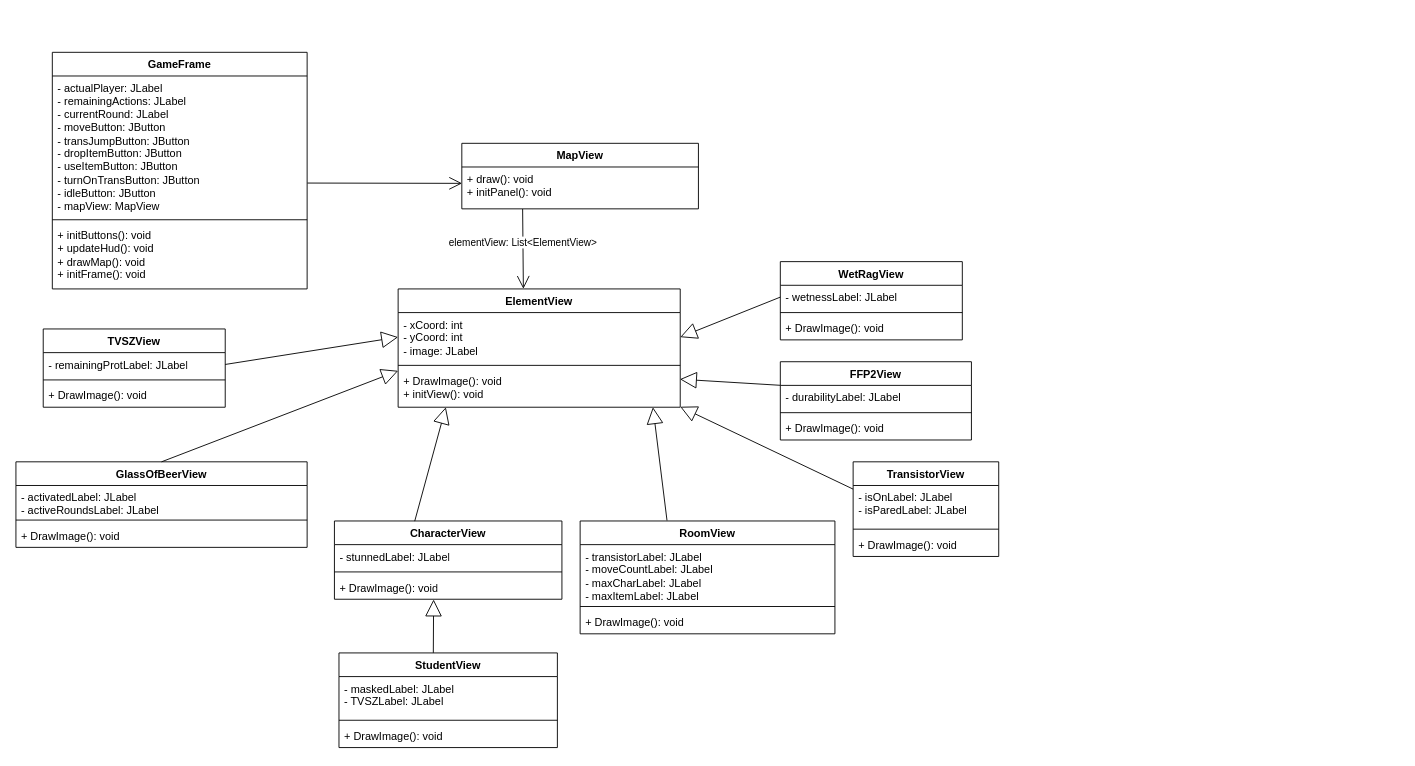
The draw.io diagram Beadások/9. Beadás - GUI tervek/CigányGUI.drawio in XanleR/U.B.R.---Projlab-2024, before the edit. Source tidied: cells renumbered, new cells numbered last; positions are measured from the earlier drawing's top-left corner, leaving out a move shared by most shapes. Both pictures are drawn from the tidied source at 91%, with x=0, y=0 at pixel (15, 52).
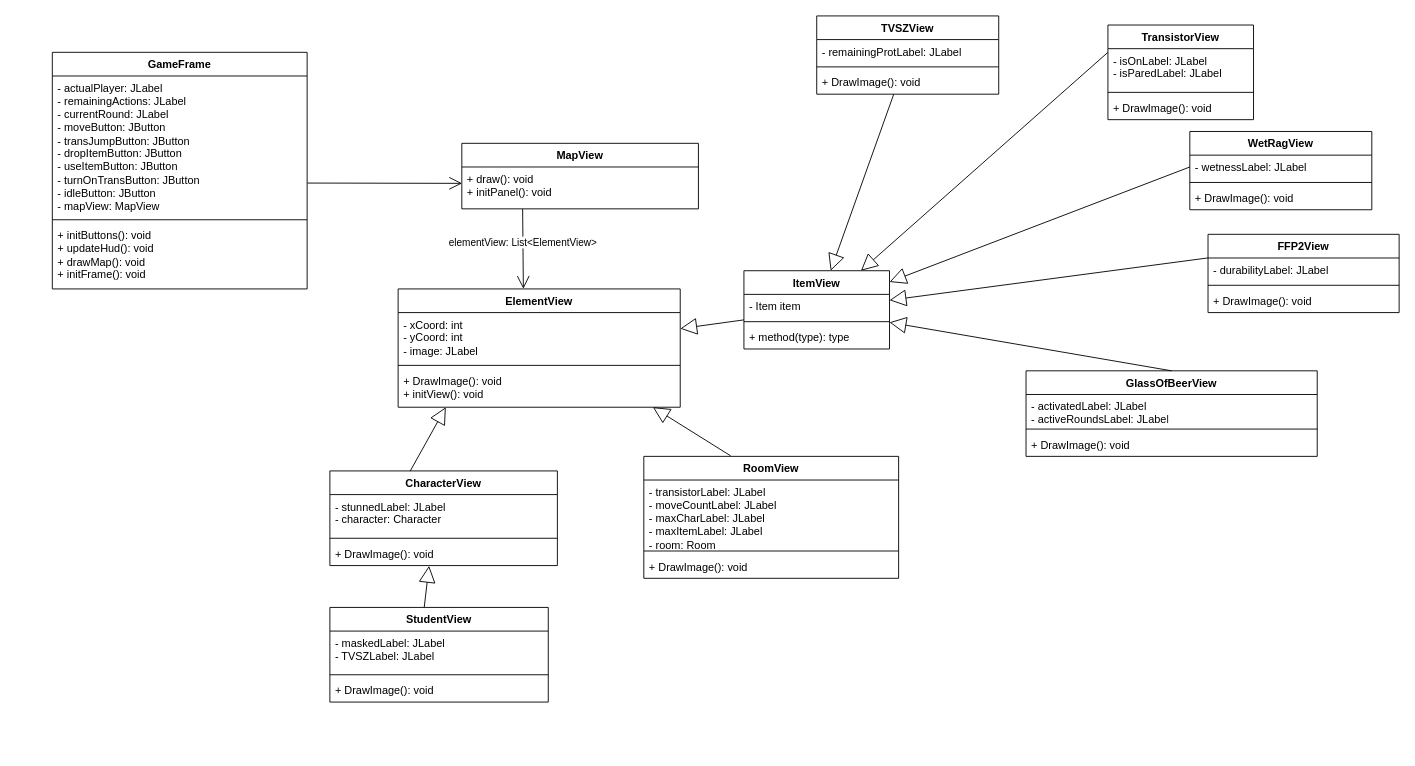
After the change.

Commit message (it also covers changes not shown here):
class diagram change

The change refers to these unchanged cells:
```xml
<mxCell id="8" value="ElementView" style="swimlane;fontStyle=1;align=center;verticalAlign=top;horizontal=1;startSize=26;whiteSpace=wrap;html=1;" parent="1" vertex="1">
  <mxGeometry x="420" y="260" width="310" height="130" as="geometry" />
</mxCell>
<mxCell id="9" value="- xCoord: int&lt;div&gt;- yCoord: int&lt;/div&gt;&lt;div&gt;- image: JLabel&lt;/div&gt;" style="text;strokeColor=none;fillColor=none;align=left;verticalAlign=top;spacingLeft=4;spacingRight=4;overflow=hidden;points=[[0,0.5],[1,0.5]];portConstraint=eastwest;whiteSpace=wrap;html=1;" parent="8" vertex="1">
  <mxGeometry y="26" width="310" height="54" as="geometry" />
</mxCell>
<mxCell id="11" value="+ DrawImage(): void&lt;div&gt;+ initView(): void&lt;/div&gt;" style="text;strokeColor=none;fillColor=none;align=left;verticalAlign=top;spacingLeft=4;spacingRight=4;overflow=hidden;points=[[0,0.5],[1,0.5]];portConstraint=eastwest;whiteSpace=wrap;html=1;" parent="8" vertex="1">
  <mxGeometry y="88" width="310" height="42" as="geometry" />
</mxCell>
<mxCell id="29" value="- durabilityLabel: JLabel&lt;div&gt;&lt;br&gt;&lt;/div&gt;" style="text;strokeColor=none;fillColor=none;align=left;verticalAlign=top;spacingLeft=4;spacingRight=4;overflow=hidden;points=[[0,0.5],[1,0.5]];portConstraint=eastwest;whiteSpace=wrap;html=1;" parent="28" vertex="1">
  <mxGeometry y="26" width="210" height="26" as="geometry" />
</mxCell>
<mxCell id="33" value="- remainingProtLabel: JLabel" style="text;strokeColor=none;fillColor=none;align=left;verticalAlign=top;spacingLeft=4;spacingRight=4;overflow=hidden;points=[[0,0.5],[1,0.5]];portConstraint=eastwest;whiteSpace=wrap;html=1;" parent="32" vertex="1">
  <mxGeometry y="26" width="200" height="26" as="geometry" />
</mxCell>
<mxCell id="37" value="- isOnLabel: JLabel&lt;div&gt;- isParedLabel: JLabel&lt;/div&gt;" style="text;strokeColor=none;fillColor=none;align=left;verticalAlign=top;spacingLeft=4;spacingRight=4;overflow=hidden;points=[[0,0.5],[1,0.5]];portConstraint=eastwest;whiteSpace=wrap;html=1;" parent="36" vertex="1">
  <mxGeometry y="26" width="160" height="44" as="geometry" />
</mxCell>
<mxCell id="41" value="- wetnessLabel: JLabel" style="text;strokeColor=none;fillColor=none;align=left;verticalAlign=top;spacingLeft=4;spacingRight=4;overflow=hidden;points=[[0,0.5],[1,0.5]];portConstraint=eastwest;whiteSpace=wrap;html=1;" parent="40" vertex="1">
  <mxGeometry y="26" width="200" height="26" as="geometry" />
</mxCell>
```

Change to the diagram source:
```diff
@@
     <mxCell id="12" value="GlassOfBeerView" style="swimlane;fontStyle=1;align=center;verticalAlign=top;horizontal=1;startSize=26;whiteSpace=wrap;html=1;" parent="1" vertex="1">
-      <mxGeometry y="450" width="320" height="94" as="geometry" />
+      <mxGeometry x="1110" y="350" width="320" height="94" as="geometry" />
     </mxCell>
@@
     <mxCell id="16" value="CharacterView" style="swimlane;fontStyle=1;align=center;verticalAlign=top;horizontal=1;startSize=26;whiteSpace=wrap;html=1;" parent="1" vertex="1">
-      <mxGeometry x="350" y="515" width="250" height="86" as="geometry" />
+      <mxGeometry x="345" y="460" width="250" height="104" as="geometry" />
     </mxCell>
-    <mxCell id="17" value="- stunnedLabel: JLabel" style="text;strokeColor=none;fillColor=none;align=left;verticalAlign=top;spacingLeft=4;spacingRight=4;overflow=hidden;whiteSpace=wrap;html=1;" parent="16" vertex="1">
-      <mxGeometry y="26" width="250" height="26" as="geometry" />
+    <mxCell id="17" value="- stunnedLabel: JLabel&lt;div&gt;- character: Character&lt;/div&gt;" style="text;strokeColor=none;fillColor=none;align=left;verticalAlign=top;spacingLeft=4;spacingRight=4;overflow=hidden;whiteSpace=wrap;html=1;" parent="16" vertex="1">
+      <mxGeometry y="26" width="250" height="44" as="geometry" />
     </mxCell>
     <mxCell id="18" style="line;strokeWidth=1;fillColor=none;align=left;verticalAlign=middle;spacingTop=-1;spacingLeft=3;spacingRight=3;labelPosition=right;strokeColor=inherit;" parent="16" vertex="1">
-      <mxGeometry y="52" width="250" height="8" as="geometry" />
+      <mxGeometry y="70" width="250" height="8" as="geometry" />
     </mxCell>
     <mxCell id="19" value="+ DrawImage(): void" style="text;strokeColor=none;fillColor=none;align=left;verticalAlign=top;spacingLeft=4;spacingRight=4;overflow=hidden;points=[[0,0.5],[1,0.5]];portConstraint=eastwest;whiteSpace=wrap;html=1;" parent="16" vertex="1">
-      <mxGeometry y="60" width="250" height="26" as="geometry" />
+      <mxGeometry y="78" width="250" height="26" as="geometry" />
     </mxCell>
     <mxCell id="20" value="StudentView" style="swimlane;fontStyle=1;align=center;verticalAlign=top;horizontal=1;startSize=26;whiteSpace=wrap;html=1;" parent="1" vertex="1">
-      <mxGeometry x="355" y="660" width="240" height="104" as="geometry" />
+      <mxGeometry x="345" y="610" width="240" height="104" as="geometry" />
     </mxCell>
@@
     <mxCell id="24" value="RoomView" style="swimlane;fontStyle=1;align=center;verticalAlign=top;horizontal=1;startSize=26;whiteSpace=wrap;html=1;" parent="1" vertex="1">
-      <mxGeometry x="620" y="515" width="280" height="124" as="geometry" />
+      <mxGeometry x="690" y="444" width="280" height="134" as="geometry" />
     </mxCell>
-    <mxCell id="25" value="- transistorLabel: JLabel&lt;div&gt;- moveCountLabel: JLabel&lt;/div&gt;&lt;div&gt;- maxCharLabel: JLabel&lt;/div&gt;&lt;div&gt;- maxItemLabel: JLabel&lt;/div&gt;" style="text;strokeColor=none;fillColor=none;align=left;verticalAlign=top;spacingLeft=4;spacingRight=4;overflow=hidden;whiteSpace=wrap;html=1;" parent="24" vertex="1">
-      <mxGeometry y="26" width="280" height="64" as="geometry" />
+    <mxCell id="25" value="- transistorLabel: JLabel&lt;div&gt;- moveCountLabel: JLabel&lt;/div&gt;&lt;div&gt;- maxCharLabel: JLabel&lt;/div&gt;&lt;div&gt;- maxItemLabel: JLabel&lt;/div&gt;&lt;div&gt;- room: Room&lt;/div&gt;" style="text;strokeColor=none;fillColor=none;align=left;verticalAlign=top;spacingLeft=4;spacingRight=4;overflow=hidden;whiteSpace=wrap;html=1;" parent="24" vertex="1">
+      <mxGeometry y="26" width="280" height="74" as="geometry" />
     </mxCell>
     <mxCell id="26" style="line;strokeWidth=1;fillColor=none;align=left;verticalAlign=middle;spacingTop=-1;spacingLeft=3;spacingRight=3;labelPosition=right;strokeColor=inherit;" parent="24" vertex="1">
-      <mxGeometry y="90" width="280" height="8" as="geometry" />
+      <mxGeometry y="100" width="280" height="8" as="geometry" />
     </mxCell>
     <mxCell id="27" value="+ DrawImage(): void" style="text;strokeColor=none;fillColor=none;align=left;verticalAlign=top;spacingLeft=4;spacingRight=4;overflow=hidden;whiteSpace=wrap;html=1;" parent="24" vertex="1">
-      <mxGeometry y="98" width="280" height="26" as="geometry" />
+      <mxGeometry y="108" width="280" height="26" as="geometry" />
     </mxCell>
     <mxCell id="28" value="FFP2View" style="swimlane;fontStyle=1;align=center;verticalAlign=top;horizontal=1;startSize=26;whiteSpace=wrap;html=1;" parent="1" vertex="1">
-      <mxGeometry x="840" y="340" width="210" height="86" as="geometry" />
+      <mxGeometry x="1310" y="200" width="210" height="86" as="geometry" />
     </mxCell>
@@
     <mxCell id="32" value="TVSZView" style="swimlane;fontStyle=1;align=center;verticalAlign=top;horizontal=1;startSize=26;whiteSpace=wrap;html=1;" parent="1" vertex="1">
-      <mxGeometry x="30" y="304" width="200" height="86" as="geometry" />
+      <mxGeometry x="880" y="-40" width="200" height="86" as="geometry" />
     </mxCell>
@@
     <mxCell id="36" value="TransistorView" style="swimlane;fontStyle=1;align=center;verticalAlign=top;horizontal=1;startSize=26;whiteSpace=wrap;html=1;" parent="1" vertex="1">
-      <mxGeometry x="920" y="450" width="160" height="104" as="geometry" />
+      <mxGeometry x="1200" y="-30" width="160" height="104" as="geometry" />
     </mxCell>
@@
     <mxCell id="40" value="WetRagView" style="swimlane;fontStyle=1;align=center;verticalAlign=top;horizontal=1;startSize=26;whiteSpace=wrap;html=1;" parent="1" vertex="1">
-      <mxGeometry x="840" y="230" width="200" height="86" as="geometry" />
+      <mxGeometry x="1290" y="87" width="200" height="86" as="geometry" />
     </mxCell>
@@
-    <mxCell id="47" style="endArrow=block;endSize=16;endFill=0;html=1;rounded=0;exitX=0.5;exitY=0;exitDx=0;exitDy=0;entryX=0;entryY=0.048;entryDx=0;entryDy=0;entryPerimeter=0;" parent="1" edge="1" source="12" target="11">
+    <mxCell id="47" style="endArrow=block;endSize=16;endFill=0;html=1;rounded=0;exitX=0.5;exitY=0;exitDx=0;exitDy=0;" parent="1" edge="1" source="12" target="55">
       <mxGeometry relative="1" as="geometry" />
     </mxCell>
@@
-    <mxCell id="51" style="endArrow=block;endSize=16;endFill=0;html=1;rounded=0;exitX=0;exitY=-0.003;exitDx=0;exitDy=0;exitPerimeter=0;entryX=0.999;entryY=0.267;entryDx=0;entryDy=0;entryPerimeter=0;" parent="1" edge="1" source="29" target="11">
+    <mxCell id="51" style="endArrow=block;endSize=16;endFill=0;html=1;rounded=0;exitX=0;exitY=-0.003;exitDx=0;exitDy=0;exitPerimeter=0;" parent="1" edge="1" source="29" target="55">
       <mxGeometry relative="1" as="geometry" />
     </mxCell>
-    <mxCell id="52" style="endArrow=block;endSize=16;endFill=0;html=1;rounded=0;exitX=0;exitY=0.091;exitDx=0;exitDy=0;exitPerimeter=0;entryX=1;entryY=0.988;entryDx=0;entryDy=0;entryPerimeter=0;" parent="1" edge="1" source="37" target="11">
+    <mxCell id="52" style="endArrow=block;endSize=16;endFill=0;html=1;rounded=0;exitX=0;exitY=0.091;exitDx=0;exitDy=0;exitPerimeter=0;" parent="1" edge="1" source="37" target="55">
       <mxGeometry relative="1" as="geometry" />
     </mxCell>
-    <mxCell id="53" style="endArrow=block;endSize=16;endFill=0;html=1;rounded=0;exitX=0;exitY=0.5;exitDx=0;exitDy=0;entryX=1;entryY=0.5;entryDx=0;entryDy=0;" parent="1" edge="1" source="41" target="9">
+    <mxCell id="53" style="endArrow=block;endSize=16;endFill=0;html=1;rounded=0;exitX=0;exitY=0.5;exitDx=0;exitDy=0;" parent="1" edge="1" source="41" target="55">
       <mxGeometry relative="1" as="geometry" />
     </mxCell>
-    <mxCell id="54" style="endArrow=block;endSize=16;endFill=0;html=1;rounded=0;exitX=1;exitY=0.5;exitDx=0;exitDy=0;entryX=0;entryY=0.5;entryDx=0;entryDy=0;" parent="1" edge="1" source="33" target="9">
+    <mxCell id="54" style="endArrow=block;endSize=16;endFill=0;html=1;rounded=0;" parent="1" edge="1" source="32" target="55">
       <mxGeometry relative="1" as="geometry" />
     </mxCell>
+    <mxCell id="55" value="ItemView" style="swimlane;fontStyle=1;align=center;verticalAlign=top;horizontal=1;startSize=26;whiteSpace=wrap;html=1;" parent="1" vertex="1">
+      <mxGeometry x="800" y="240" width="160" height="86" as="geometry" />
+    </mxCell>
+    <mxCell id="56" value="- Item item" style="text;strokeColor=none;fillColor=none;align=left;verticalAlign=top;spacingLeft=4;spacingRight=4;overflow=hidden;whiteSpace=wrap;html=1;" parent="55" vertex="1">
+      <mxGeometry y="26" width="160" height="26" as="geometry" />
+    </mxCell>
+    <mxCell id="57" style="line;strokeWidth=1;fillColor=none;align=left;verticalAlign=middle;spacingTop=-1;spacingLeft=3;spacingRight=3;labelPosition=right;strokeColor=inherit;" parent="55" vertex="1">
+      <mxGeometry y="52" width="160" height="8" as="geometry" />
+    </mxCell>
+    <mxCell id="58" value="+ method(type): type" style="text;strokeColor=none;fillColor=none;align=left;verticalAlign=top;spacingLeft=4;spacingRight=4;overflow=hidden;whiteSpace=wrap;html=1;" parent="55" vertex="1">
+      <mxGeometry y="60" width="160" height="26" as="geometry" />
+    </mxCell>
+    <mxCell id="59" style="endArrow=block;endSize=16;endFill=0;html=1;rounded=0;" parent="1" edge="1" source="55" target="8">
+      <mxGeometry relative="1" as="geometry" />
+    </mxCell>
```
